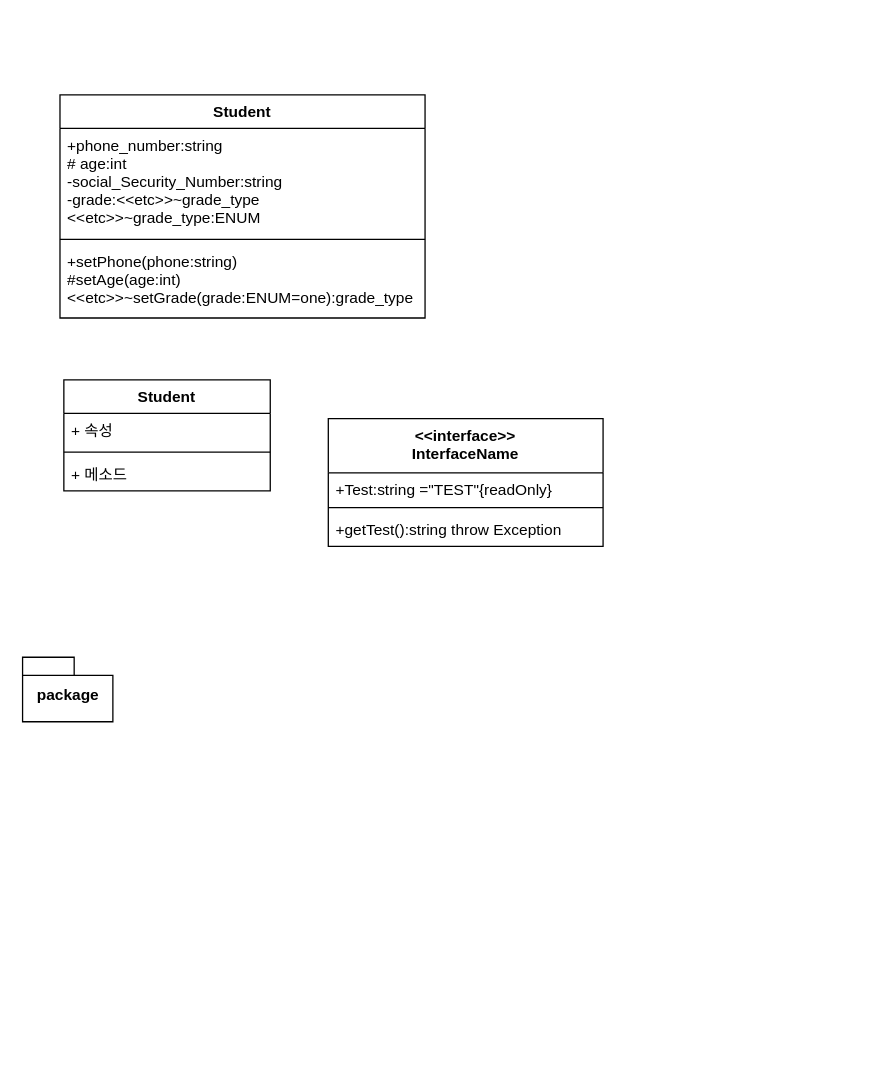
Earlier version of the draw.io diagram UML example Diagram.drawio (JeongJunSoo94/ConsoleAlgorithm). Source tidied: cells renumbered, new cells numbered last; positions are measured from the earlier drawing's top-left corner, leaving out a move shared by most shapes. Both pictures are drawn from the tidied source at 129%, with x=0, y=0 at pixel (22, 94).
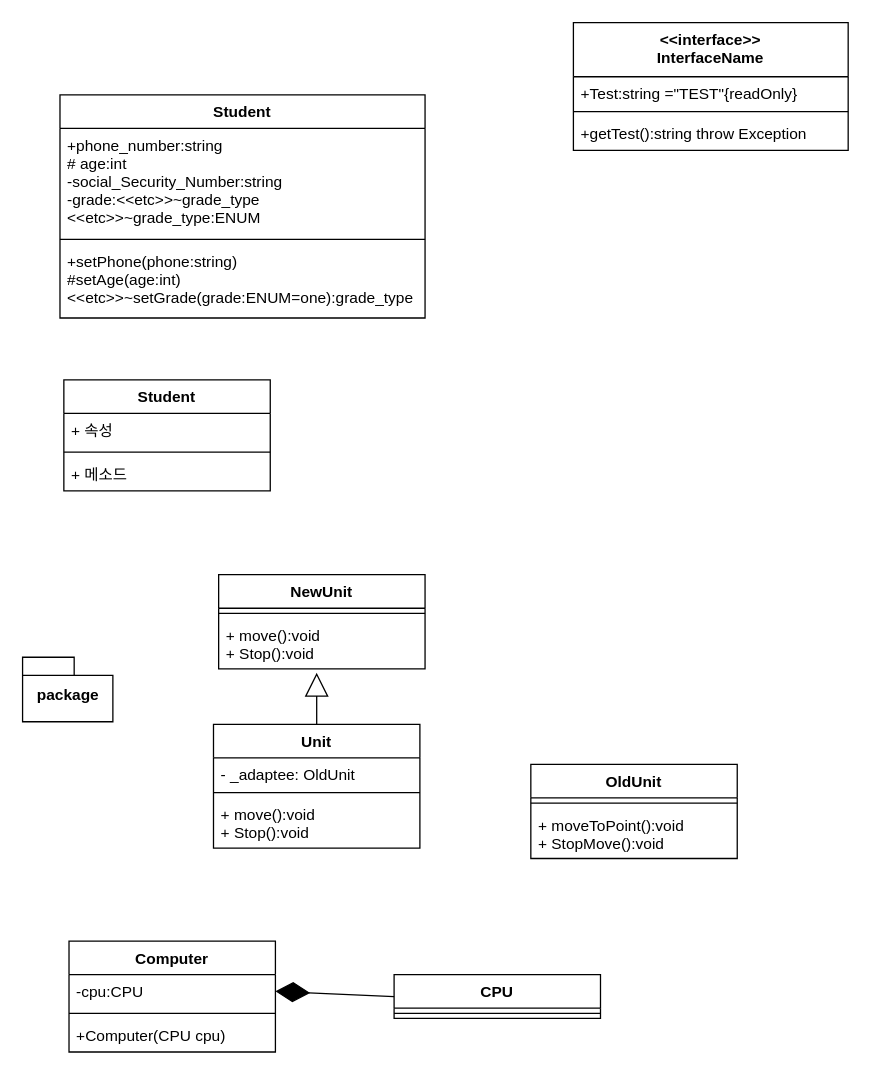
After the change.

What changed in the source:
```diff
@@
     <mxCell id="10" value="&lt;&lt;interface&gt;&gt;&#10;InterfaceName" style="swimlane;fontStyle=1;align=center;verticalAlign=top;horizontal=1;startSize=42;" parent="1" vertex="1">
-      <mxGeometry x="237" y="251" width="213" height="99" as="geometry" />
+      <mxGeometry x="427" y="-56" width="213" height="99" as="geometry" />
     </mxCell>
@@
+    <mxCell id="15" value="Unit" style="swimlane;fontStyle=1;align=center;verticalAlign=top;horizontal=1;startSize=26;" parent="1" vertex="1">
+      <mxGeometry x="148" y="488" width="160" height="96" as="geometry" />
+    </mxCell>
+    <mxCell id="16" value="- _adaptee: OldUnit" style="text;strokeColor=none;fillColor=none;align=left;verticalAlign=top;spacingLeft=4;spacingRight=4;overflow=hidden;" parent="15" vertex="1">
+      <mxGeometry y="26" width="160" height="23" as="geometry" />
+    </mxCell>
+    <mxCell id="17" style="line;strokeWidth=1;fillColor=none;align=left;verticalAlign=middle;spacingTop=-1;spacingLeft=3;spacingRight=3;labelPosition=right;" parent="15" vertex="1">
+      <mxGeometry y="49" width="160" height="8" as="geometry" />
+    </mxCell>
+    <mxCell id="18" value="+ move():void&#10;+ Stop():void" style="text;strokeColor=none;fillColor=none;align=left;verticalAlign=top;spacingLeft=4;spacingRight=4;overflow=hidden;" parent="15" vertex="1">
+      <mxGeometry y="57" width="160" height="39" as="geometry" />
+    </mxCell>
+    <mxCell id="19" value="OldUnit" style="swimlane;fontStyle=1;align=center;verticalAlign=top;horizontal=1;startSize=26;" parent="1" vertex="1">
+      <mxGeometry x="394" y="519" width="160" height="73" as="geometry" />
+    </mxCell>
+    <mxCell id="20" style="line;strokeWidth=1;fillColor=none;align=left;verticalAlign=middle;spacingTop=-1;spacingLeft=3;spacingRight=3;labelPosition=right;" parent="19" vertex="1">
+      <mxGeometry y="26" width="160" height="8" as="geometry" />
+    </mxCell>
+    <mxCell id="21" value="+ moveToPoint():void&#10;+ StopMove():void" style="text;strokeColor=none;fillColor=none;align=left;verticalAlign=top;spacingLeft=4;spacingRight=4;overflow=hidden;" parent="19" vertex="1">
+      <mxGeometry y="34" width="160" height="39" as="geometry" />
+    </mxCell>
+    <mxCell id="22" value="NewUnit" style="swimlane;fontStyle=1;align=center;verticalAlign=top;horizontal=1;startSize=26;" parent="1" vertex="1">
+      <mxGeometry x="152" y="372" width="160" height="73" as="geometry" />
+    </mxCell>
+    <mxCell id="23" style="line;strokeWidth=1;fillColor=none;align=left;verticalAlign=middle;spacingTop=-1;spacingLeft=3;spacingRight=3;labelPosition=right;" parent="22" vertex="1">
+      <mxGeometry y="26" width="160" height="8" as="geometry" />
+    </mxCell>
+    <mxCell id="24" value="+ move():void&#10;+ Stop():void" style="text;strokeColor=none;fillColor=none;align=left;verticalAlign=top;spacingLeft=4;spacingRight=4;overflow=hidden;points=[[0,0.5],[1,0.5]];portConstraint=eastwest;" parent="22" vertex="1">
+      <mxGeometry y="34" width="160" height="39" as="geometry" />
+    </mxCell>
+    <mxCell id="25" style="endArrow=block;endSize=16;endFill=0;html=1;rounded=0;entryX=0.475;entryY=1.077;entryDx=0;entryDy=0;entryPerimeter=0;exitX=0.5;exitY=0;exitDx=0;exitDy=0;" parent="1" edge="1" source="15" target="24">
+      <mxGeometry relative="1" as="geometry" />
+    </mxCell>
+    <mxCell id="26" value="Computer" style="swimlane;fontStyle=1;align=center;verticalAlign=top;horizontal=1;startSize=26;" parent="1" vertex="1">
+      <mxGeometry x="36" y="656" width="160" height="86" as="geometry" />
+    </mxCell>
+    <mxCell id="27" value="-cpu:CPU" style="text;strokeColor=none;fillColor=none;align=left;verticalAlign=top;spacingLeft=4;spacingRight=4;overflow=hidden;points=[[0,0.5],[1,0.5]];portConstraint=eastwest;" parent="26" vertex="1">
+      <mxGeometry y="26" width="160" height="26" as="geometry" />
+    </mxCell>
+    <mxCell id="28" style="line;strokeWidth=1;fillColor=none;align=left;verticalAlign=middle;spacingTop=-1;spacingLeft=3;spacingRight=3;labelPosition=right;" parent="26" vertex="1">
+      <mxGeometry y="52" width="160" height="8" as="geometry" />
+    </mxCell>
+    <mxCell id="29" value="+Computer(CPU cpu)" style="text;strokeColor=none;fillColor=none;align=left;verticalAlign=top;spacingLeft=4;spacingRight=4;overflow=hidden;" parent="26" vertex="1">
+      <mxGeometry y="60" width="160" height="26" as="geometry" />
+    </mxCell>
+    <mxCell id="30" value="CPU" style="swimlane;fontStyle=1;align=center;verticalAlign=top;horizontal=1;startSize=26;" parent="1" vertex="1">
+      <mxGeometry x="288" y="682" width="160" height="34" as="geometry" />
+    </mxCell>
+    <mxCell id="31" style="line;strokeWidth=1;fillColor=none;align=left;verticalAlign=middle;spacingTop=-1;spacingLeft=3;spacingRight=3;labelPosition=right;" parent="30" vertex="1">
+      <mxGeometry y="26" width="160" height="8" as="geometry" />
+    </mxCell>
+    <mxCell id="32" style="endArrow=diamondThin;endFill=1;endSize=24;html=1;rounded=0;entryX=1;entryY=0.5;entryDx=0;entryDy=0;exitX=0;exitY=0.5;exitDx=0;exitDy=0;" parent="1" edge="1" source="30" target="27">
+      <mxGeometry relative="1" as="geometry" />
+    </mxCell>
```
